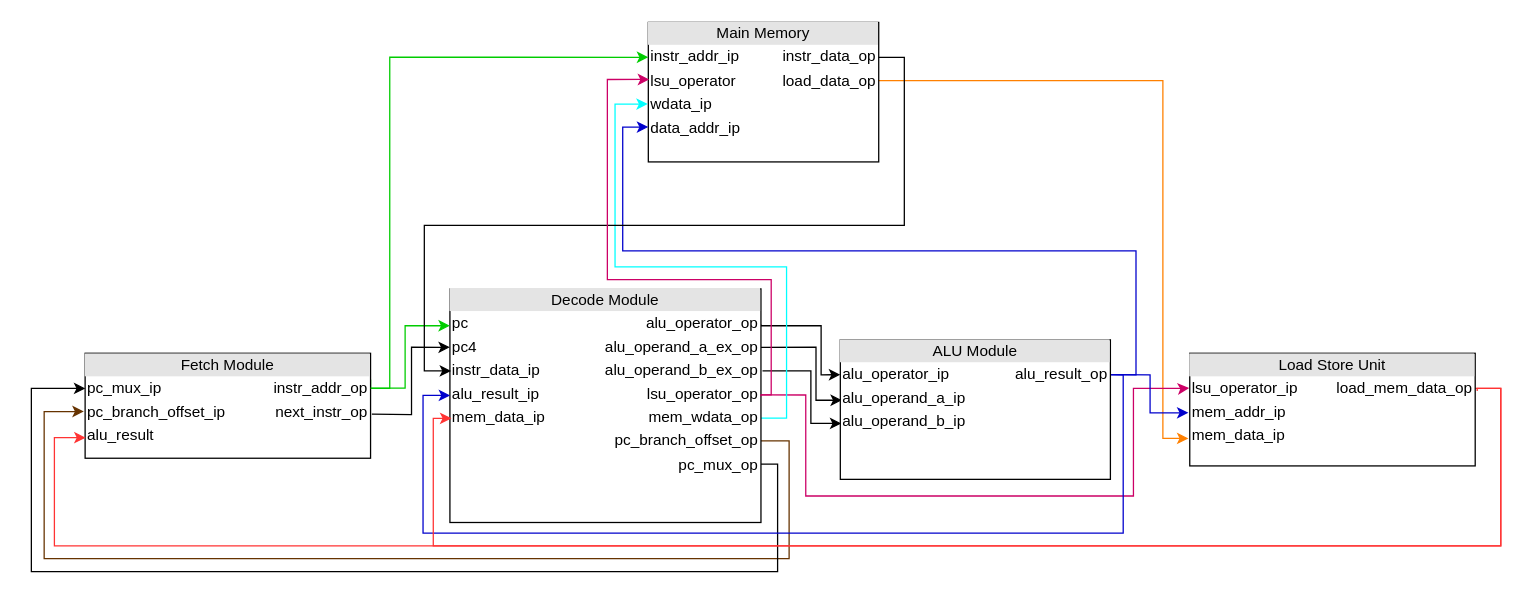
This is Untitled Diagram.drawio from marcellopalucci/Blockbuster, a draw.io file, before an edit. Source tidied: cells renumbered, new cells numbered last; positions are measured from the earlier drawing's top-left corner, leaving out a move shared by most shapes. Both pictures are drawn from the tidied source at 128%, with x=0, y=0 at pixel (31, 22).
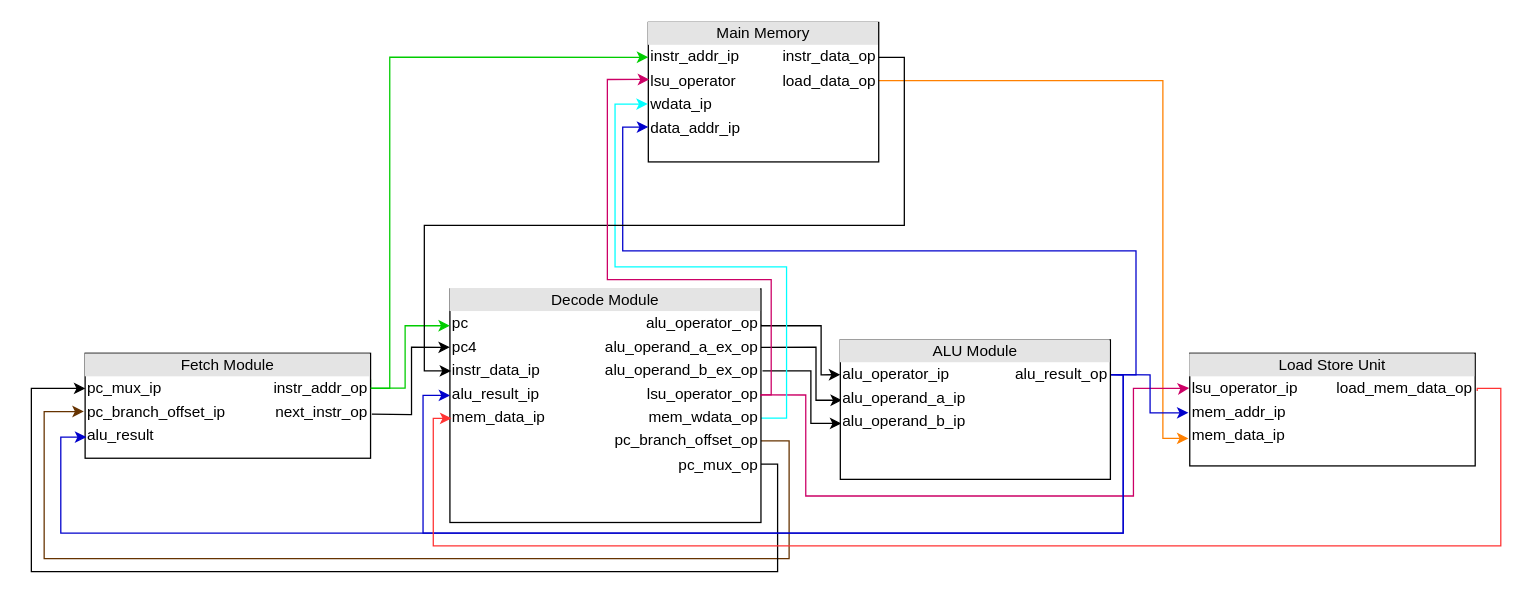
After the change.

Unchanged cells that the change refers to:
```xml
<mxCell id="6" value="&lt;div style=&quot;text-align: center; box-sizing: border-box; width: 100%; background: rgb(228, 228, 228); padding: 2px;&quot;&gt;Fetch Module&lt;/div&gt;&lt;table style=&quot;width:100%;font-size:1em;&quot; cellpadding=&quot;2&quot; cellspacing=&quot;0&quot;&gt;&lt;tbody&gt;&lt;tr&gt;&lt;td&gt;pc_mux_ip&lt;/td&gt;&lt;td style=&quot;text-align: right;&quot;&gt;instr_addr_op&lt;/td&gt;&lt;/tr&gt;&lt;tr&gt;&lt;td&gt;pc_branch_offset_ip&lt;/td&gt;&lt;td style=&quot;text-align: right;&quot;&gt;next_instr_op&lt;/td&gt;&lt;/tr&gt;&lt;tr&gt;&lt;td&gt;alu_result&lt;/td&gt;&lt;td style=&quot;text-align: right;&quot;&gt;&lt;br&gt;&lt;/td&gt;&lt;/tr&gt;&lt;tr&gt;&lt;td&gt;&lt;br&gt;&lt;/td&gt;&lt;td&gt;&lt;br&gt;&lt;/td&gt;&lt;/tr&gt;&lt;tr&gt;&lt;td&gt;&lt;br&gt;&lt;/td&gt;&lt;td&gt;&lt;br&gt;&lt;/td&gt;&lt;/tr&gt;&lt;/tbody&gt;&lt;/table&gt;" style="verticalAlign=top;align=left;overflow=fill;html=1;whiteSpace=wrap;strokeWidth=1;" parent="1" vertex="1">
  <mxGeometry x="42" y="258.5" width="223" height="82" as="geometry" />
</mxCell>
<mxCell id="18" value="&lt;div style=&quot;text-align: center; box-sizing: border-box; width: 100%; background: rgb(228, 228, 228); padding: 2px;&quot;&gt;ALU Module&lt;/div&gt;&lt;table style=&quot;width:100%;font-size:1em;&quot; cellpadding=&quot;2&quot; cellspacing=&quot;0&quot;&gt;&lt;tbody&gt;&lt;tr&gt;&lt;td&gt;alu_operator_ip&lt;/td&gt;&lt;td style=&quot;text-align: right;&quot;&gt;alu_result_op&lt;/td&gt;&lt;/tr&gt;&lt;tr&gt;&lt;td&gt;alu_operand_a_ip&lt;/td&gt;&lt;td style=&quot;text-align: right;&quot;&gt;&lt;br&gt;&lt;/td&gt;&lt;/tr&gt;&lt;tr&gt;&lt;td&gt;alu_operand_b_ip&lt;/td&gt;&lt;td style=&quot;text-align: right;&quot;&gt;&lt;br&gt;&lt;/td&gt;&lt;/tr&gt;&lt;tr&gt;&lt;td&gt;&lt;br&gt;&lt;/td&gt;&lt;td&gt;&lt;br&gt;&lt;/td&gt;&lt;/tr&gt;&lt;tr&gt;&lt;td&gt;&lt;br&gt;&lt;/td&gt;&lt;td&gt;&lt;br&gt;&lt;/td&gt;&lt;/tr&gt;&lt;/tbody&gt;&lt;/table&gt;" style="verticalAlign=top;align=left;overflow=fill;html=1;whiteSpace=wrap;strokeWidth=1;" parent="1" vertex="1">
  <mxGeometry x="632" y="248" width="211" height="109" as="geometry" />
</mxCell>
<mxCell id="21" value="&lt;div style=&quot;text-align: center; box-sizing: border-box; width: 100%; background: rgb(228, 228, 228); padding: 2px;&quot;&gt;Load Store Unit&lt;/div&gt;&lt;table style=&quot;width:100%;font-size:1em;&quot; cellpadding=&quot;2&quot; cellspacing=&quot;0&quot;&gt;&lt;tbody&gt;&lt;tr&gt;&lt;td&gt;lsu_operator_ip&lt;/td&gt;&lt;td style=&quot;text-align: right;&quot;&gt;load_mem_data_op&lt;/td&gt;&lt;/tr&gt;&lt;tr&gt;&lt;td&gt;mem_addr_ip&lt;/td&gt;&lt;td style=&quot;text-align: right;&quot;&gt;&lt;br&gt;&lt;/td&gt;&lt;/tr&gt;&lt;tr&gt;&lt;td&gt;mem_data_ip&lt;/td&gt;&lt;td style=&quot;text-align: right;&quot;&gt;&lt;br&gt;&lt;/td&gt;&lt;/tr&gt;&lt;tr&gt;&lt;td&gt;&lt;br&gt;&lt;/td&gt;&lt;td&gt;&lt;br&gt;&lt;/td&gt;&lt;/tr&gt;&lt;tr&gt;&lt;td&gt;&lt;br&gt;&lt;/td&gt;&lt;td&gt;&lt;br&gt;&lt;/td&gt;&lt;/tr&gt;&lt;/tbody&gt;&lt;/table&gt;" style="verticalAlign=top;align=left;overflow=fill;html=1;whiteSpace=wrap;strokeWidth=1;strokeColor=default;" parent="1" vertex="1">
  <mxGeometry x="905" y="258.5" width="223" height="88" as="geometry" />
</mxCell>
```

The edit, as a diff of the source:
```diff
@@
+    <mxCell id="25" style="edgeStyle=orthogonalEdgeStyle;rounded=0;jettySize=auto;html=1;exitX=1;exitY=0.25;exitDx=0;exitDy=0;strokeColor=#0000CC;" parent="1" edge="1" source="18">
+      <mxGeometry relative="1" as="geometry">
+        <mxPoint x="43" y="324" as="targetPoint" />
+        <Array as="points">
+          <mxPoint x="853" y="275" />
+          <mxPoint x="853" y="399" />
+          <mxPoint x="23" y="399" />
+          <mxPoint x="23" y="324" />
+        </Array>
+      </mxGeometry>
+    </mxCell>
@@
-    <mxCell id="20" style="edgeStyle=orthogonalEdgeStyle;rounded=0;jettySize=auto;html=1;exitX=0.992;exitY=0.291;exitDx=0;exitDy=0;entryX=0.002;entryY=0.804;entryDx=0;entryDy=0;entryPerimeter=0;strokeColor=#FF3333;exitPerimeter=0;" parent="1" edge="1" source="21" target="6">
-      <mxGeometry relative="1" as="geometry">
-        <Array as="points">
-          <mxPoint x="1126" y="286" />
-          <mxPoint x="1148" y="286" />
-          <mxPoint x="1148" y="409" />
-          <mxPoint x="18" y="409" />
-          <mxPoint x="18" y="324" />
-        </Array>
-      </mxGeometry>
-    </mxCell>
```
